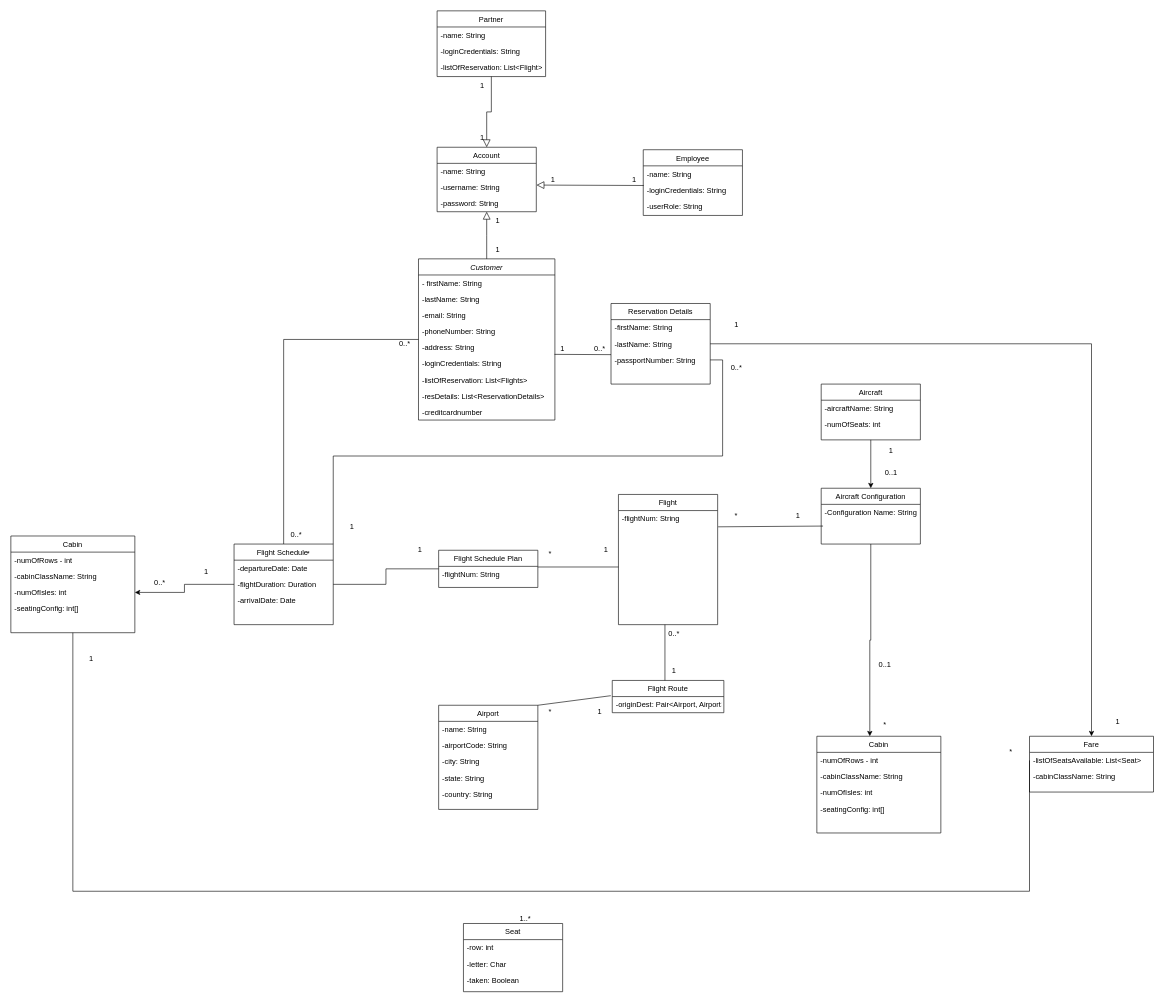
Earlier version of the draw.io diagram ENTITY CLASS DIAGRAM.drawio (glennquah/Flight-Enterprise-System). Source tidied: cells renumbered, new cells numbered last; positions are measured from the earlier drawing's top-left corner, leaving out a move shared by most shapes. Both pictures are drawn from the tidied source at 62%, with x=0, y=0 at pixel (11, 11).
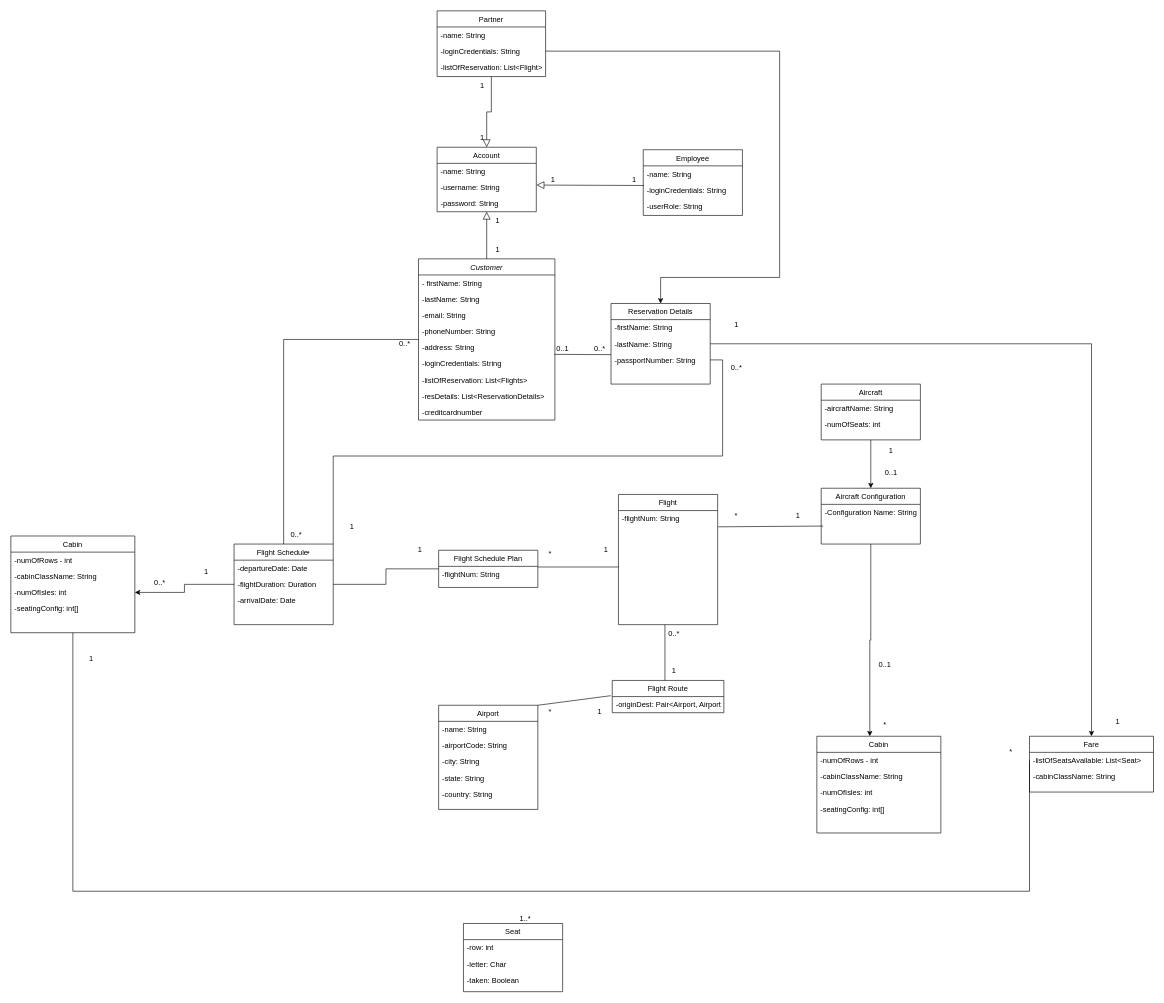
The same diagram, later.

The change refers to these unchanged cells:
```xml
<mxCell id="21" value="Reservation Details" style="swimlane;fontStyle=0;align=center;verticalAlign=top;horizontal=1;startSize=26;rounded=0;shadow=0;strokeWidth=1;" parent="1" vertex="1">
  <mxGeometry x="968" y="472" width="160" height="130" as="geometry" />
</mxCell>
<mxCell id="59" value="-loginCredentials: String" style="text;align=left;verticalAlign=top;spacingLeft=4;spacingRight=4;overflow=hidden;points=[[0,0.5],[1,0.5]];portConstraint=eastwest;rounded=0;shadow=0;html=0;" parent="57" vertex="1">
  <mxGeometry y="52" width="175" height="26" as="geometry" />
</mxCell>
```

Diff of the diagram source:
```diff
@@
-    <mxCell id="29" value="1" style="text;html=1;strokeColor=none;fillColor=none;align=center;verticalAlign=middle;whiteSpace=wrap;rounded=0;" parent="1" vertex="1">
+    <mxCell id="29" value="0..1" style="text;html=1;strokeColor=none;fillColor=none;align=center;verticalAlign=middle;whiteSpace=wrap;rounded=0;" parent="1" vertex="1">
       <mxGeometry x="860" y="530" width="60" height="30" as="geometry" />
     </mxCell>
@@
+    <mxCell id="115" style="edgeStyle=orthogonalEdgeStyle;rounded=0;jettySize=auto;html=1;entryX=0.5;entryY=0;entryDx=0;entryDy=0;" parent="1" edge="1" source="59" target="21">
+      <mxGeometry relative="1" as="geometry">
+        <Array as="points">
+          <mxPoint x="1240" y="65" />
+          <mxPoint x="1240" y="430" />
+          <mxPoint x="1048" y="430" />
+        </Array>
+      </mxGeometry>
+    </mxCell>
```
